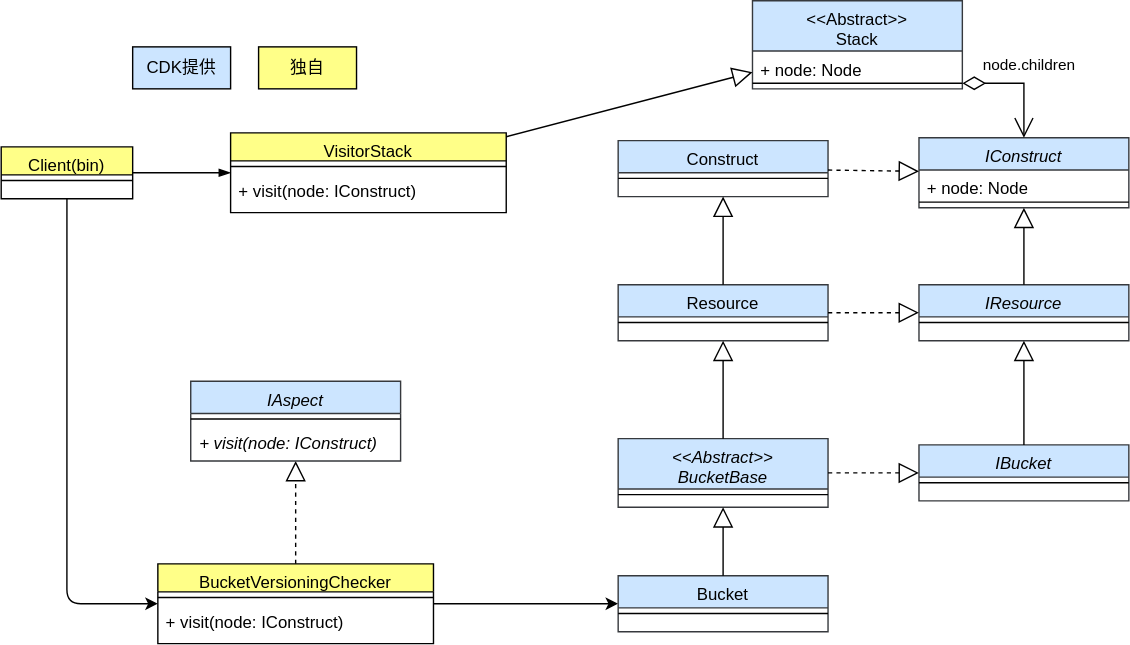
Above: drawio/visitor/visitor-cdk.drawio.svg in go-to-k/cdk-gof-design-pattern (draw.io), before the change. Source tidied: cells renumbered, new cells last; positions are measured from the earlier drawing's top-left corner, leaving out a move shared by most shapes.
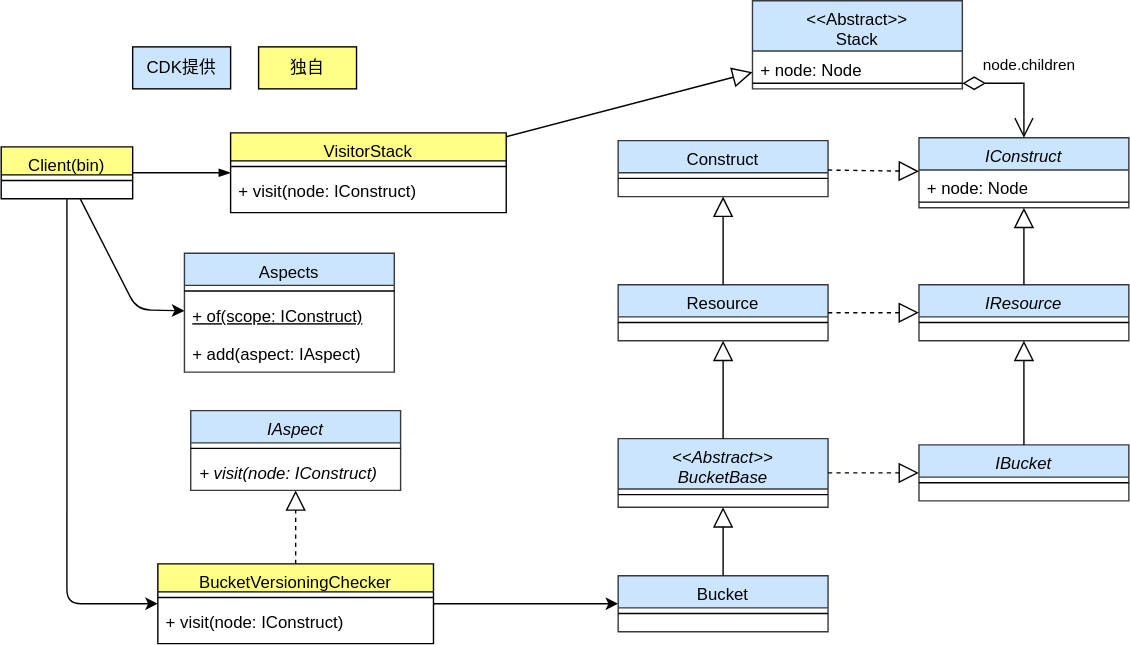
Later version of the same file.

Commit message:
update visitor diagrams

Diff of the diagram source:
```diff
@@ -24,7 +24,7 @@
       <mxGeometry relative="1" as="geometry" />
     </mxCell>
     <mxCell id="9" value="IAspect" style="swimlane;fontStyle=2;align=center;verticalAlign=top;horizontal=1;startSize=23;rounded=0;shadow=0;strokeWidth=1;fillColor=#cce5ff;strokeColor=#36393d;fontColor=#000000;" parent="1" vertex="1">
-      <mxGeometry x="135.5" y="272" width="150" height="57" as="geometry" />
+      <mxGeometry x="135.5" y="293" width="150" height="57" as="geometry" />
     </mxCell>
     <mxCell id="10" style="line;html=1;strokeWidth=1;align=left;verticalAlign=middle;spacingTop=-1;spacingLeft=3;spacingRight=3;labelPosition=right;fontColor=#000000;strokeColor=#000000;" parent="9" vertex="1">
       <mxGeometry y="23" width="150" height="8" as="geometry" />
@@ -128,6 +128,13 @@
         </Array>
       </mxGeometry>
     </mxCell>
+    <mxCell id="47" style="edgeStyle=none;html=1;strokeColor=#000000;" parent="1" edge="1" source="41" target="48">
+      <mxGeometry relative="1" as="geometry">
+        <Array as="points">
+          <mxPoint x="97" y="221" />
+        </Array>
+      </mxGeometry>
+    </mxCell>
     <mxCell id="41" value="Client(bin)" style="swimlane;fontStyle=0;align=center;verticalAlign=top;horizontal=1;startSize=20;rounded=0;shadow=0;strokeWidth=1;fillColor=#ffff88;strokeColor=#000000;fontColor=#000000;" parent="1" vertex="1">
       <mxGeometry y="104.5" width="94" height="37" as="geometry" />
     </mxCell>
@@ -146,5 +153,17 @@
     <mxCell id="46" style="endArrow=block;endFill=0;endSize=12;html=1;rounded=0;fontColor=#000000;strokeColor=#000000;" parent="1" edge="1" source="36" target="43">
       <mxGeometry relative="1" as="geometry" />
     </mxCell>
+    <mxCell id="48" value="Aspects" style="swimlane;fontStyle=0;align=center;verticalAlign=top;horizontal=1;startSize=23;rounded=0;shadow=0;strokeWidth=1;fillColor=#cce5ff;strokeColor=#36393d;fontColor=#000000;" parent="1" vertex="1">
+      <mxGeometry x="131" y="180.5" width="150" height="85" as="geometry" />
+    </mxCell>
+    <mxCell id="49" style="line;html=1;strokeWidth=1;align=left;verticalAlign=middle;spacingTop=-1;spacingLeft=3;spacingRight=3;labelPosition=right;fontColor=#000000;strokeColor=#000000;" parent="48" vertex="1">
+      <mxGeometry y="23" width="150" height="8" as="geometry" />
+    </mxCell>
+    <mxCell id="50" value="&lt;u&gt;+ of(scope: IConstruct)&lt;/u&gt;" style="text;strokeColor=none;fillColor=none;align=left;verticalAlign=top;spacingLeft=4;spacingRight=4;overflow=hidden;whiteSpace=wrap;html=1;fontColor=#000000;" parent="48" vertex="1">
+      <mxGeometry y="31" width="150" height="27" as="geometry" />
+    </mxCell>
+    <mxCell id="51" value="+ add(aspect: IAspect)" style="text;strokeColor=none;fillColor=none;align=left;verticalAlign=top;spacingLeft=4;spacingRight=4;overflow=hidden;whiteSpace=wrap;html=1;fontColor=#000000;" parent="48" vertex="1">
+      <mxGeometry y="58" width="150" height="27" as="geometry" />
+    </mxCell>
   </root>
 </mxGraphModel>
```
